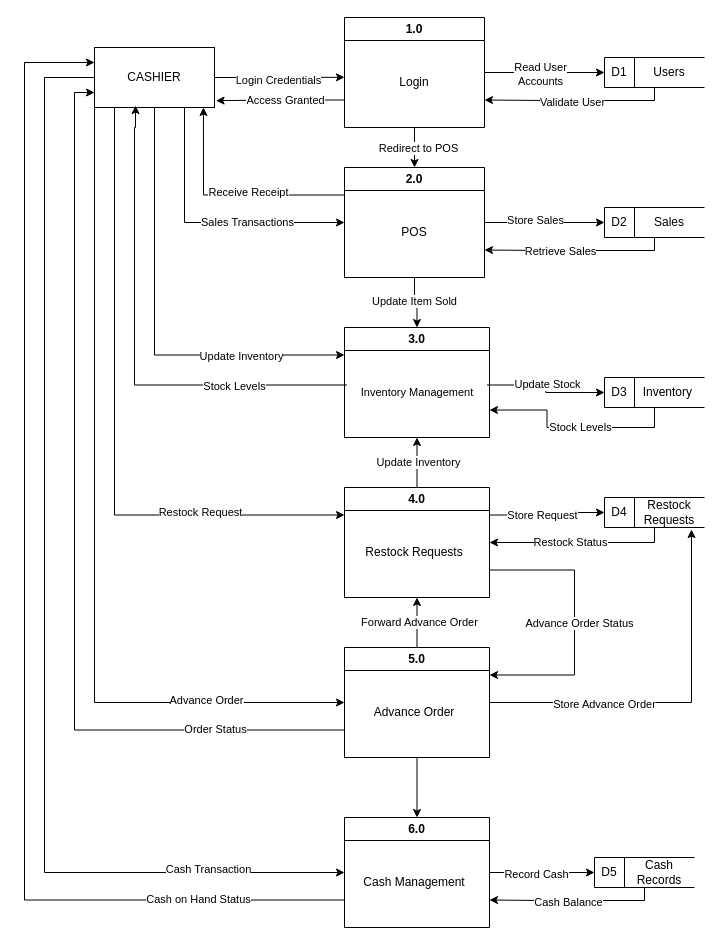
Earlier version of the draw.io diagram Cashier_lvl1.drawio (dharmatown/bakery_DFDs). Source tidied: cells renumbered, new cells numbered last; positions are measured from the earlier drawing's top-left corner, leaving out a move shared by most shapes. Both pictures are drawn from the tidied source at 100%, with x=0, y=0 at pixel (24, 17).
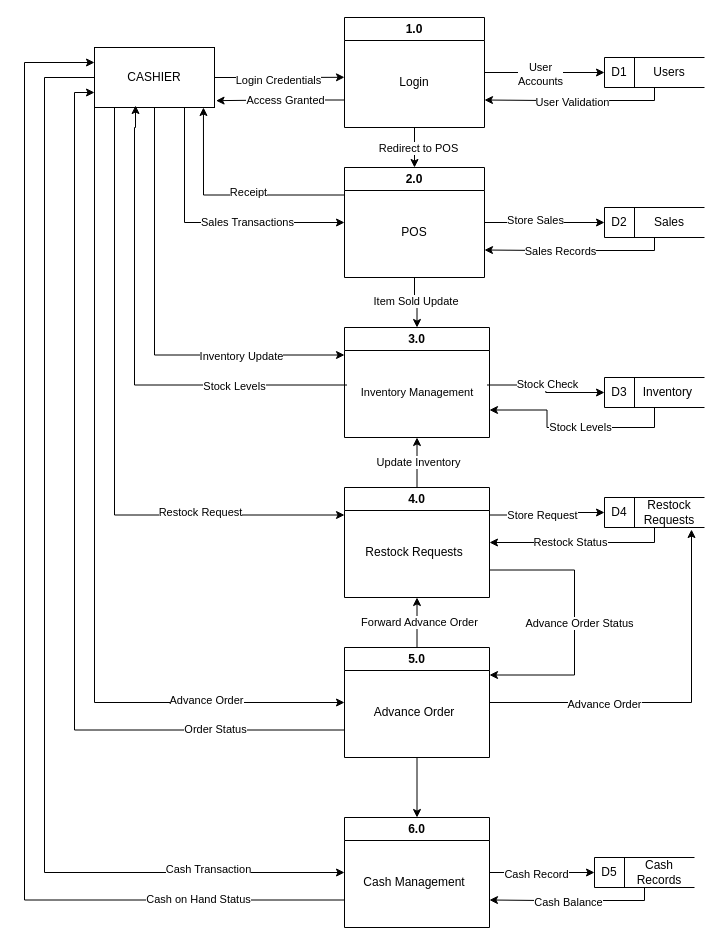
The same diagram, later.

Unchanged cells that the change refers to:
```xml
<mxCell id="4" style="edgeStyle=orthogonalEdgeStyle;rounded=0;jettySize=auto;html=1;exitX=1;exitY=0.5;exitDx=0;exitDy=0;entryX=0;entryY=0.5;entryDx=0;entryDy=0;" parent="1" edge="1" source="8" target="15">
  <mxGeometry relative="1" as="geometry" />
</mxCell>
<mxCell id="17" style="edgeStyle=orthogonalEdgeStyle;rounded=0;jettySize=auto;html=1;exitX=0.5;exitY=1;exitDx=0;exitDy=0;entryX=1;entryY=0.75;entryDx=0;entryDy=0;" parent="1" edge="1" source="14" target="8">
  <mxGeometry relative="1" as="geometry">
    <Array as="points">
      <mxPoint x="630" y="83" />
      <mxPoint x="520" y="83" />
    </Array>
  </mxGeometry>
</mxCell>
<mxCell id="23" style="edgeStyle=orthogonalEdgeStyle;rounded=0;jettySize=auto;html=1;exitX=0.5;exitY=1;exitDx=0;exitDy=0;entryX=0.5;entryY=0;entryDx=0;entryDy=0;" parent="1" edge="1" source="25" target="37">
  <mxGeometry relative="1" as="geometry" />
</mxCell>
<mxCell id="29" style="edgeStyle=orthogonalEdgeStyle;rounded=0;jettySize=auto;html=1;exitX=0;exitY=0.25;exitDx=0;exitDy=0;entryX=0.908;entryY=1;entryDx=0;entryDy=0;entryPerimeter=0;" parent="1" edge="1" source="25" target="11">
  <mxGeometry relative="1" as="geometry" />
</mxCell>
<mxCell id="35" style="edgeStyle=orthogonalEdgeStyle;rounded=0;jettySize=auto;html=1;exitX=0.5;exitY=1;exitDx=0;exitDy=0;entryX=1;entryY=0.75;entryDx=0;entryDy=0;" parent="1" edge="1" source="32" target="25">
  <mxGeometry relative="1" as="geometry">
    <Array as="points">
      <mxPoint x="630" y="233" />
      <mxPoint x="520" y="233" />
    </Array>
  </mxGeometry>
</mxCell>
<mxCell id="43" style="edgeStyle=orthogonalEdgeStyle;rounded=0;jettySize=auto;html=1;exitX=1;exitY=0.25;exitDx=0;exitDy=0;entryX=0;entryY=0.5;entryDx=0;entryDy=0;" parent="1" edge="1" source="38" target="41">
  <mxGeometry relative="1" as="geometry" />
</mxCell>
<mxCell id="47" style="edgeStyle=orthogonalEdgeStyle;rounded=0;jettySize=auto;html=1;exitX=0.5;exitY=1;exitDx=0;exitDy=0;entryX=0;entryY=0.25;entryDx=0;entryDy=0;" parent="1" edge="1" source="11" target="37">
  <mxGeometry relative="1" as="geometry" />
</mxCell>
<mxCell id="74" style="edgeStyle=orthogonalEdgeStyle;rounded=0;jettySize=auto;html=1;exitX=1;exitY=0.5;exitDx=0;exitDy=0;entryX=0.87;entryY=1.067;entryDx=0;entryDy=0;entryPerimeter=0;" parent="1" edge="1" source="70" target="62">
  <mxGeometry relative="1" as="geometry" />
</mxCell>
<mxCell id="78" style="edgeStyle=orthogonalEdgeStyle;rounded=0;jettySize=auto;html=1;exitX=1;exitY=0.5;exitDx=0;exitDy=0;entryX=0;entryY=0.5;entryDx=0;entryDy=0;" parent="1" edge="1" source="82" target="88">
  <mxGeometry relative="1" as="geometry" />
</mxCell>
```

What changed in the source:
```diff
@@
-    <mxCell id="5" value="Read User&lt;div&gt;Accounts&lt;/div&gt;" style="edgeLabel;html=1;align=center;verticalAlign=middle;" parent="4" vertex="1">
+    <mxCell id="5" value="User&lt;div&gt;Accounts&lt;/div&gt;" style="edgeLabel;html=1;align=center;verticalAlign=middle;" parent="4" vertex="1">
       <mxGeometry x="-0.08" y="-1" relative="1" as="geometry" />
     </mxCell>
@@
-    <mxCell id="18" value="Validate User" style="edgeLabel;html=1;align=center;verticalAlign=middle;" parent="17" vertex="1">
+    <mxCell id="18" value="User Validation" style="edgeLabel;html=1;align=center;verticalAlign=middle;" parent="17" vertex="1">
       <mxGeometry x="0.05" y="1" relative="1" as="geometry" />
     </mxCell>
@@
-    <mxCell id="24" value="Update Item Sold" style="edgeLabel;html=1;align=center;verticalAlign=middle;" parent="23" vertex="1">
+    <mxCell id="24" value="&amp;nbsp;Item Sold Update" style="edgeLabel;html=1;align=center;verticalAlign=middle;" parent="23" vertex="1">
       <mxGeometry x="-0.12" y="-1" relative="1" as="geometry" />
     </mxCell>
@@
-    <mxCell id="30" value="Receive Receipt" style="edgeLabel;html=1;align=center;verticalAlign=middle;" parent="29" vertex="1">
+    <mxCell id="30" value="Receipt" style="edgeLabel;html=1;align=center;verticalAlign=middle;" parent="29" vertex="1">
       <mxGeometry x="-0.15" y="-3" relative="1" as="geometry" />
     </mxCell>
@@
-    <mxCell id="36" value="Retrieve Sales" style="edgeLabel;html=1;align=center;verticalAlign=middle;" parent="35" vertex="1">
+    <mxCell id="36" value="Sales Records" style="edgeLabel;html=1;align=center;verticalAlign=middle;" parent="35" vertex="1">
       <mxGeometry x="0.18" relative="1" as="geometry" />
     </mxCell>
@@
-    <mxCell id="44" value="Update Stock" style="edgeLabel;html=1;align=center;verticalAlign=middle;" parent="43" vertex="1">
+    <mxCell id="44" value="Stock Check" style="edgeLabel;html=1;align=center;verticalAlign=middle;" parent="43" vertex="1">
       <mxGeometry x="-0.06" y="1" relative="1" as="geometry">
         <mxPoint y="-1" as="offset" />
       </mxGeometry>
     </mxCell>
@@
-    <mxCell id="48" value="Update Inventory" style="edgeLabel;html=1;align=center;verticalAlign=middle;" parent="47" vertex="1">
+    <mxCell id="48" value="Inventory Update" style="edgeLabel;html=1;align=center;verticalAlign=middle;" parent="47" vertex="1">
       <mxGeometry x="0.52" relative="1" as="geometry">
         <mxPoint x="1" y="1" as="offset" />
       </mxGeometry>
     </mxCell>
@@
-    <mxCell id="75" value="Store Advance Order" style="edgeLabel;html=1;align=center;verticalAlign=middle;" parent="74" vertex="1">
+    <mxCell id="75" value="Advance Order" style="edgeLabel;html=1;align=center;verticalAlign=middle;" parent="74" vertex="1">
       <mxGeometry x="-0.39" y="-1" relative="1" as="geometry" />
     </mxCell>
@@
-    <mxCell id="79" value="Record Cash" style="edgeLabel;html=1;align=center;verticalAlign=middle;" parent="78" vertex="1">
+    <mxCell id="79" value="Cash Record" style="edgeLabel;html=1;align=center;verticalAlign=middle;" parent="78" vertex="1">
       <mxGeometry x="-0.12" y="-1" relative="1" as="geometry" />
     </mxCell>
```
